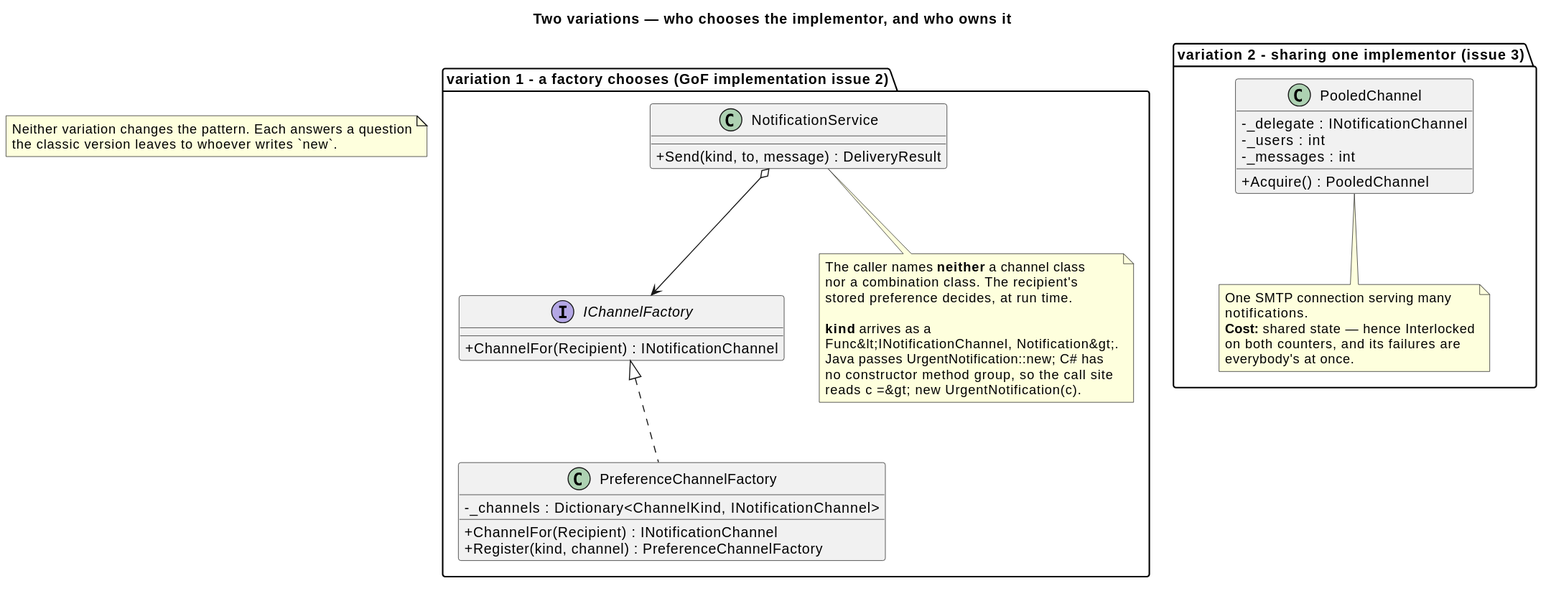
The PlantUML diagram Bridge/src/Bridge/Notifications/Solution/uml/Bridge - Notifications (Variations) - Class Diagram.svg in kaldiroglu/DesignPatternsWithCSharp, before a commit. Its diagram source:
```plantuml
@startuml
skinparam classAttributeIconSize 0
title Two variations — who chooses the implementor, and who owns it


package "variation 1 - a factory chooses (GoF implementation issue 2)" {
  interface IChannelFactory {
    + ChannelFor(Recipient) : INotificationChannel
  }
  class PreferenceChannelFactory {
    - _channels : Dictionary<ChannelKind, INotificationChannel>
    + ChannelFor(Recipient) : INotificationChannel
    + Register(kind, channel) : PreferenceChannelFactory
  }
  class NotificationService {
    + Send(kind, to, message) : DeliveryResult
  }
  IChannelFactory <|.. PreferenceChannelFactory
  NotificationService o--> IChannelFactory

  note bottom of NotificationService
    The caller names <b>neither</b> a channel class
    nor a combination class. The recipient's
    stored preference decides, at run time.

    <b>kind</b> arrives as a
    Func&lt;INotificationChannel, Notification&gt;.
    Java passes UrgentNotification::new; C# has
    no constructor method group, so the call site
    reads c =&gt; new UrgentNotification(c).
  end note
}

package "variation 2 - sharing one implementor (issue 3)" {
  class PooledChannel {
    - _delegate : INotificationChannel
    - _users : int
    - _messages : int
    + Acquire() : PooledChannel
  }
  note bottom of PooledChannel
    One SMTP connection serving many
    notifications.
    <b>Cost:</b> shared state — hence Interlocked
    on both counters, and its failures are
    everybody's at once.
  end note
}

note as N1
  Neither variation changes the pattern. Each answers a question
  the classic version leaves to whoever writes `new`.
end note
@enduml
```
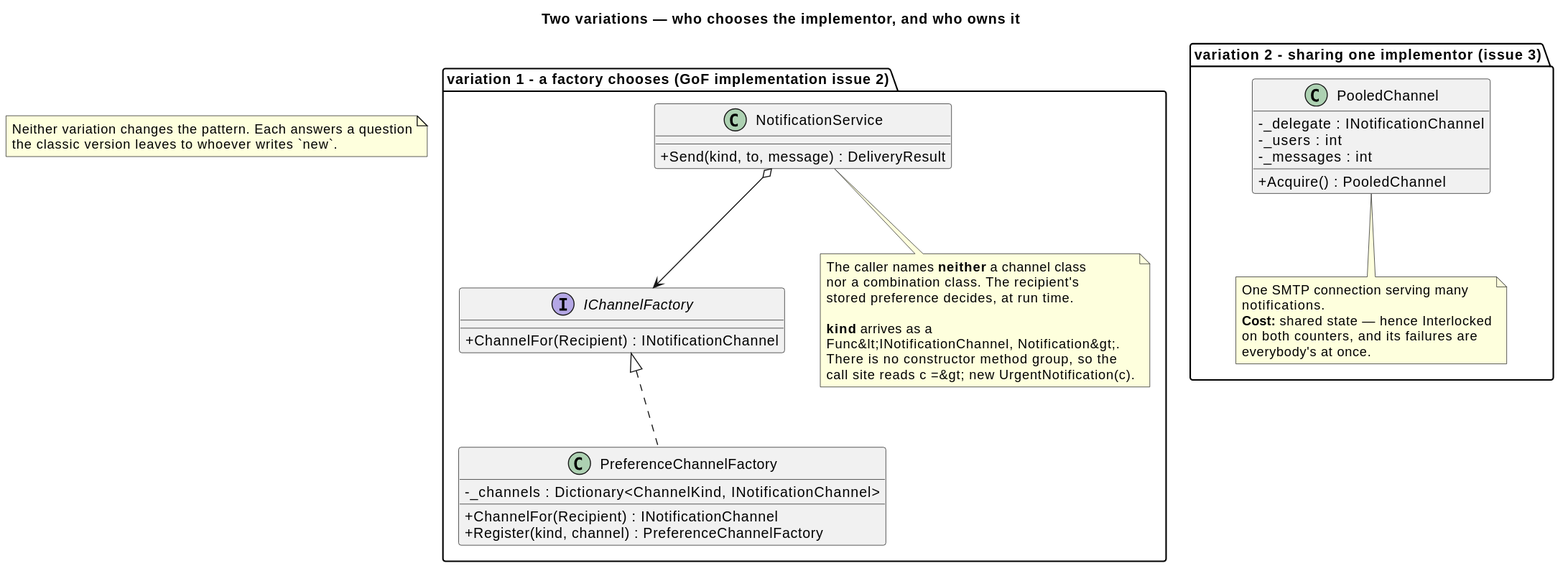
After the commit.

What changed in the source:
```diff
@@ -25,9 +25,8 @@
 
     <b>kind</b> arrives as a
     Func&lt;INotificationChannel, Notification&gt;.
-    Java passes UrgentNotification::new; C# has
-    no constructor method group, so the call site
-    reads c =&gt; new UrgentNotification(c).
+    There is no constructor method group, so the
+    call site reads c =&gt; new UrgentNotification(c).
   end note
 }
 
```
